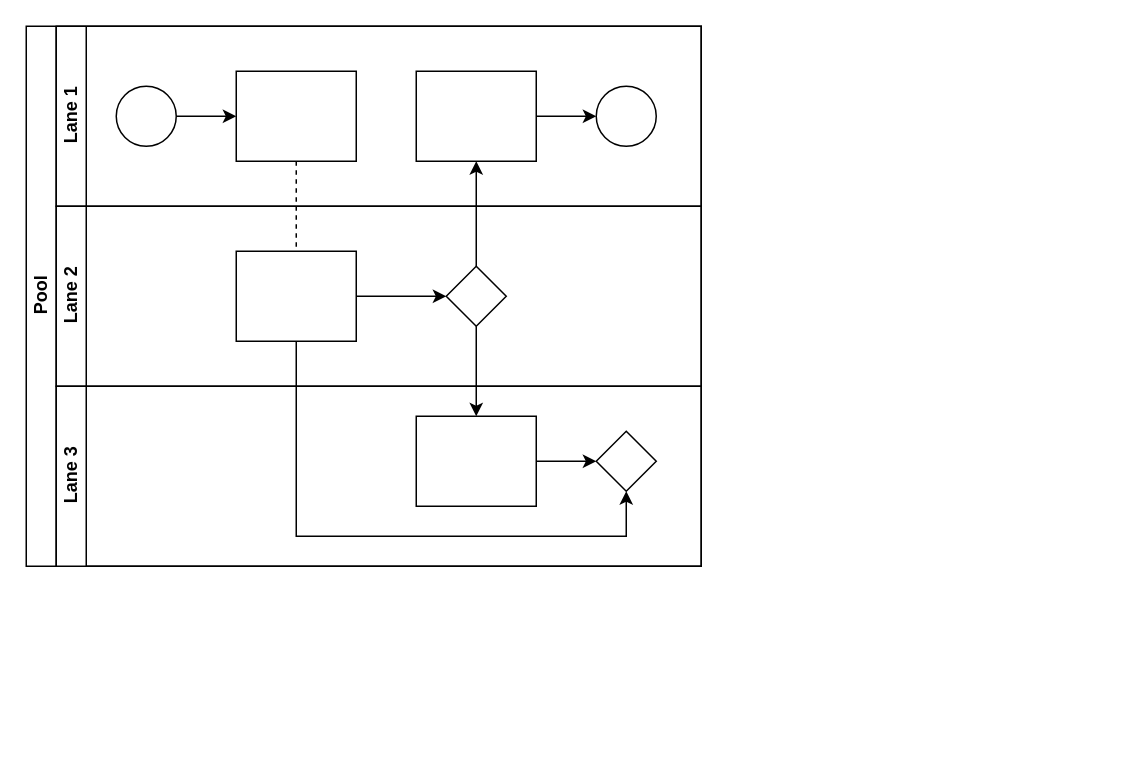
Before: Diagramme sans nom.drawio in jppassalacqua/__SNIPPETS, a draw.io diagram. Source tidied: cells renumbered, new cells numbered last; positions are measured from the earlier drawing's top-left corner, leaving out a move shared by most shapes. Both pictures are drawn from the tidied source at 150%, with x=0, y=0 at pixel (26, 26).
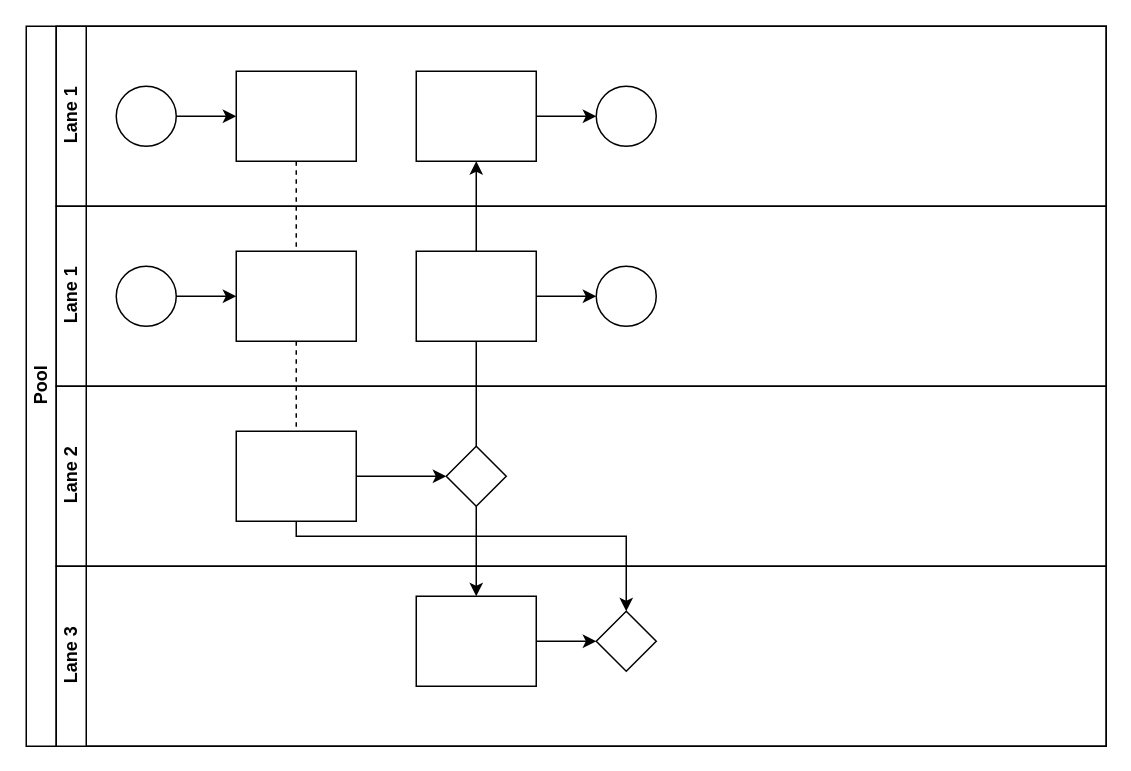
Above is the later version.

Commit message:
Mettre à jour Diagramme sans nom.drawio

The edit, as a diff of the source:
```diff
@@
     <mxCell id="2" value="Pool" style="swimlane;html=1;horizontal=0;startSize=20;" parent="1" vertex="1">
-      <mxGeometry width="450" height="360" as="geometry" />
+      <mxGeometry width="720" height="480" as="geometry" />
     </mxCell>
@@
+    <mxCell id="22" style="edgeStyle=orthogonalEdgeStyle;rounded=0;jettySize=auto;html=1;exitX=1;exitY=1;exitDx=0;exitDy=0;entryX=1;entryY=0;entryDx=0;entryDy=0;" parent="2" edge="1" source="7" target="23">
+      <mxGeometry relative="1" as="geometry" />
+    </mxCell>
     <mxCell id="7" value="Lane 1" style="swimlane;html=1;startSize=20;horizontal=0;" parent="2" vertex="1">
-      <mxGeometry x="20" width="430" height="120" as="geometry" />
+      <mxGeometry x="20" width="700" height="120" as="geometry" />
     </mxCell>
@@
+    <mxCell id="23" value="Lane 1" style="swimlane;html=1;startSize=20;horizontal=0;" parent="2" vertex="1">
+      <mxGeometry x="20" y="120" width="700" height="120" as="geometry" />
+    </mxCell>
+    <mxCell id="24" style="edgeStyle=orthogonalEdgeStyle;rounded=0;jettySize=auto;html=1;" parent="23" edge="1" source="25" target="26">
+      <mxGeometry relative="1" as="geometry" />
+    </mxCell>
+    <mxCell id="25" style="ellipse;whiteSpace=wrap;html=1;" parent="23" vertex="1">
+      <mxGeometry x="40" y="40" width="40" height="40" as="geometry" />
+    </mxCell>
+    <mxCell id="26" style="rounded=0;whiteSpace=wrap;html=1;fontFamily=Helvetica;fontSize=12;fontColor=#000000;align=center;" parent="23" vertex="1">
+      <mxGeometry x="120" y="30" width="80" height="60" as="geometry" />
+    </mxCell>
+    <mxCell id="27" style="edgeStyle=orthogonalEdgeStyle;rounded=0;jettySize=auto;html=1;endArrow=classic;endFill=1;" parent="23" edge="1" source="28" target="29">
+      <mxGeometry relative="1" as="geometry" />
+    </mxCell>
+    <mxCell id="28" style="rounded=0;whiteSpace=wrap;html=1;fontFamily=Helvetica;fontSize=12;fontColor=#000000;align=center;" parent="23" vertex="1">
+      <mxGeometry x="240" y="30" width="80" height="60" as="geometry" />
+    </mxCell>
+    <mxCell id="29" style="ellipse;whiteSpace=wrap;html=1;" parent="23" vertex="1">
+      <mxGeometry x="360" y="40" width="40" height="40" as="geometry" />
+    </mxCell>
     <mxCell id="14" value="Lane 2" style="swimlane;html=1;startSize=20;horizontal=0;" parent="2" vertex="1">
-      <mxGeometry x="20" y="120" width="430" height="120" as="geometry" />
+      <mxGeometry x="20" y="240" width="700" height="120" as="geometry" />
     </mxCell>
@@
     <mxCell id="18" value="Lane 3" style="swimlane;html=1;startSize=20;horizontal=0;" parent="2" vertex="1">
-      <mxGeometry x="20" y="240" width="430" height="120" as="geometry" />
+      <mxGeometry x="20" y="360" width="700" height="120" as="geometry" />
     </mxCell>
```
